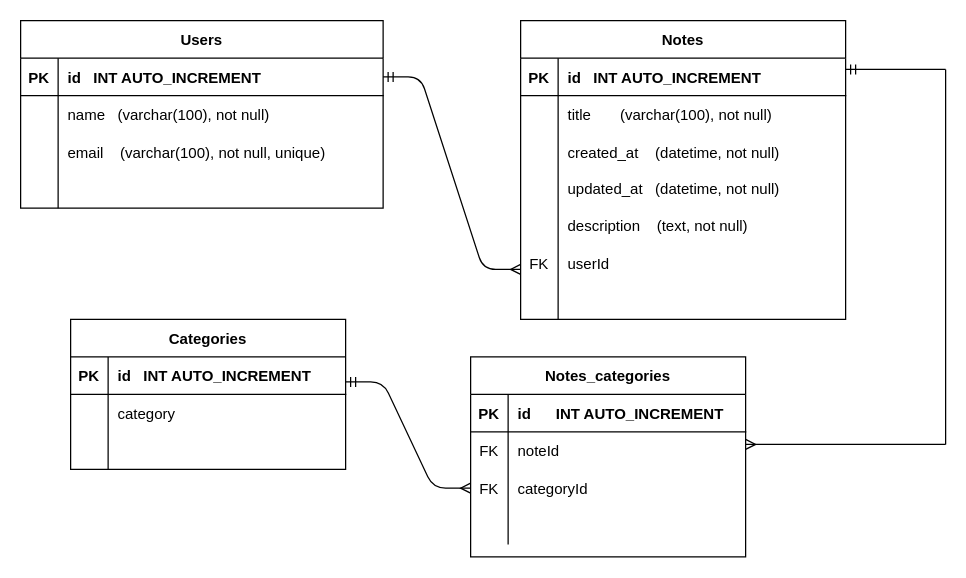
This is diagrama.drawio from ctunut/TpIndividual_db, a draw.io file, before an edit. Source tidied: cells renumbered, new cells numbered last; positions are measured from the earlier drawing's top-left corner, leaving out a move shared by most shapes. Both pictures are drawn from the tidied source at 125%, with x=0, y=0 at pixel (20, 20).
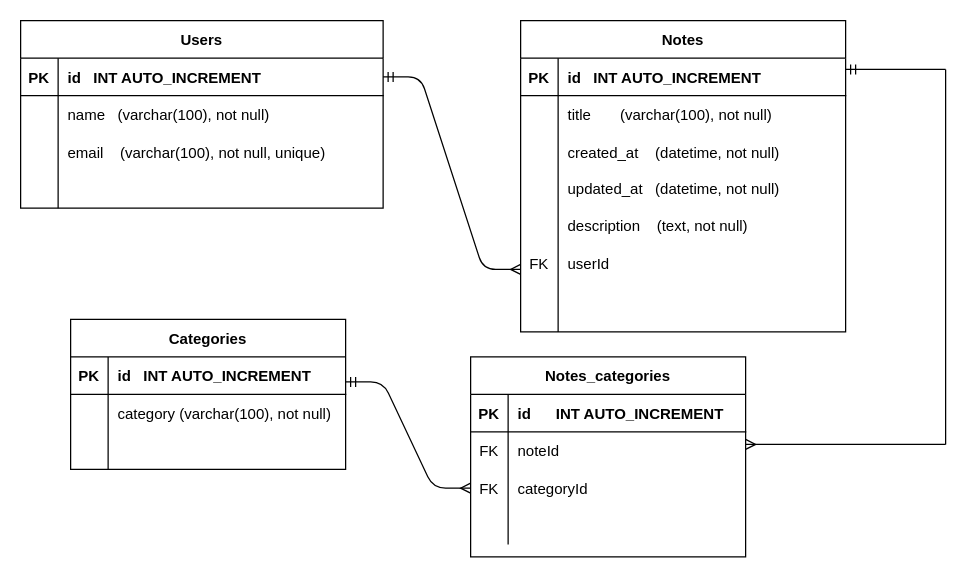
The same page after the edit.

Commit message:
agregando al diagrama algo que me olvidé

Unchanged cells that the change refers to:
```xml
<mxCell id="41" style="shape=partialRectangle;fillColor=none;top=0;left=0;bottom=0;right=0;" parent="37" vertex="1">
  <mxGeometry y="60" width="220" height="30" as="geometry" />
</mxCell>
```

Diff of the diagram source:
```diff
@@
     <mxCell id="15" value="Notes" style="shape=table;startSize=30;childLayout=tableLayout;rowLines=0;fontStyle=1;align=center;" parent="1" vertex="1">
-      <mxGeometry x="400" width="260" height="239" as="geometry" />
+      <mxGeometry x="400" width="260" height="249" as="geometry" />
     </mxCell>
@@
     <mxCell id="34" style="shape=partialRectangle;fillColor=none;top=0;left=0;bottom=0;right=0;" parent="15" vertex="1">
-      <mxGeometry y="209" width="260" height="30" as="geometry" />
+      <mxGeometry y="209" width="260" height="40" as="geometry" />
     </mxCell>
     <mxCell id="35" style="shape=partialRectangle;fillColor=none;top=0;left=0;bottom=0;right=0;overflow=hidden;" parent="34" vertex="1">
-      <mxGeometry width="30" height="30" as="geometry" />
+      <mxGeometry width="30" height="40" as="geometry" />
     </mxCell>
     <mxCell id="36" style="shape=partialRectangle;fillColor=none;top=0;left=0;bottom=0;right=0;align=left;spacingLeft=6;overflow=hidden;" parent="34" vertex="1">
-      <mxGeometry x="30" width="230" height="30" as="geometry" />
+      <mxGeometry x="30" width="230" height="40" as="geometry" />
     </mxCell>
@@
-    <mxCell id="43" value="category" style="shape=partialRectangle;fillColor=none;top=0;left=0;bottom=0;right=0;align=left;spacingLeft=6;overflow=hidden;" parent="41" vertex="1">
+    <mxCell id="43" value="category (varchar(100), not null)" style="shape=partialRectangle;fillColor=none;top=0;left=0;bottom=0;right=0;align=left;spacingLeft=6;overflow=hidden;" parent="41" vertex="1">
       <mxGeometry x="30" width="190" height="30" as="geometry" />
     </mxCell>
```
